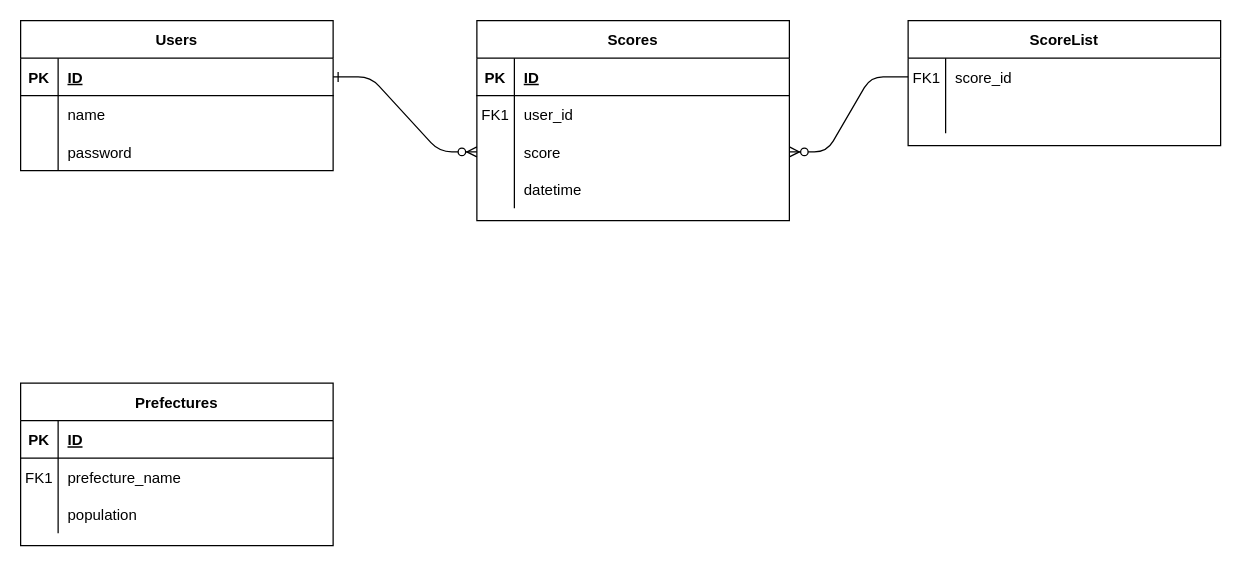
This is PPP.drawio from uedaMasaya/Population-Pop-Puzzle, a draw.io file, before an edit. Source tidied: cells renumbered, new cells numbered last; positions are measured from the earlier drawing's top-left corner, leaving out a move shared by most shapes. Both pictures are drawn from the tidied source at 125%, with x=0, y=0 at pixel (20, 20).
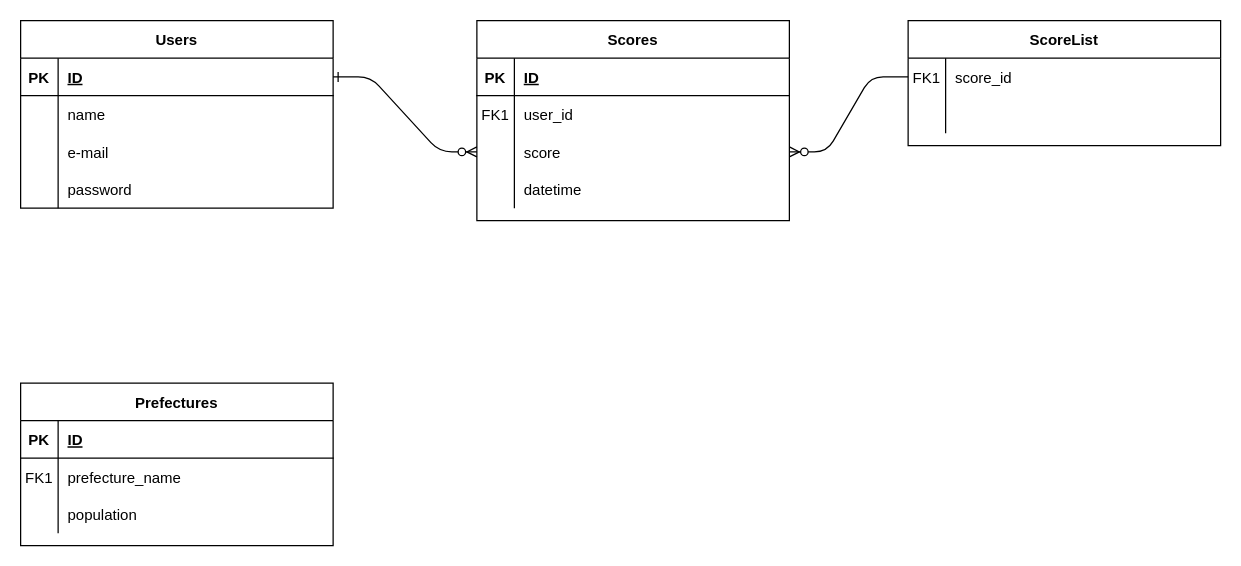
The same diagram, later.

Diff of the diagram source:
```diff
@@
     <mxCell id="26" value="Users" style="shape=table;startSize=30;childLayout=tableLayout;rowLines=0;fontStyle=1;align=center;" parent="1" vertex="1">
-      <mxGeometry width="250" height="120" as="geometry" />
+      <mxGeometry width="250" height="150" as="geometry" />
     </mxCell>
@@
+    <mxCell id="44" style="shape=partialRectangle;fillColor=none;top=0;left=0;right=0;bottom=0;" parent="26" vertex="1">
+      <mxGeometry y="90" width="250" height="30" as="geometry" />
+    </mxCell>
+    <mxCell id="45" style="shape=partialRectangle;overflow=hidden;fillColor=none;top=0;left=0;bottom=0;right=0;" parent="44" vertex="1">
+      <mxGeometry width="30" height="30" as="geometry" />
+    </mxCell>
+    <mxCell id="46" value="e-mail" style="shape=partialRectangle;overflow=hidden;fillColor=none;top=0;left=0;bottom=0;right=0;align=left;spacingLeft=6;" parent="44" vertex="1">
+      <mxGeometry x="30" width="220" height="30" as="geometry" />
+    </mxCell>
     <mxCell id="33" style="shape=partialRectangle;fillColor=none;top=0;left=0;right=0;bottom=0;" parent="26" vertex="1">
-      <mxGeometry y="90" width="250" height="30" as="geometry" />
+      <mxGeometry y="120" width="250" height="30" as="geometry" />
     </mxCell>
```
